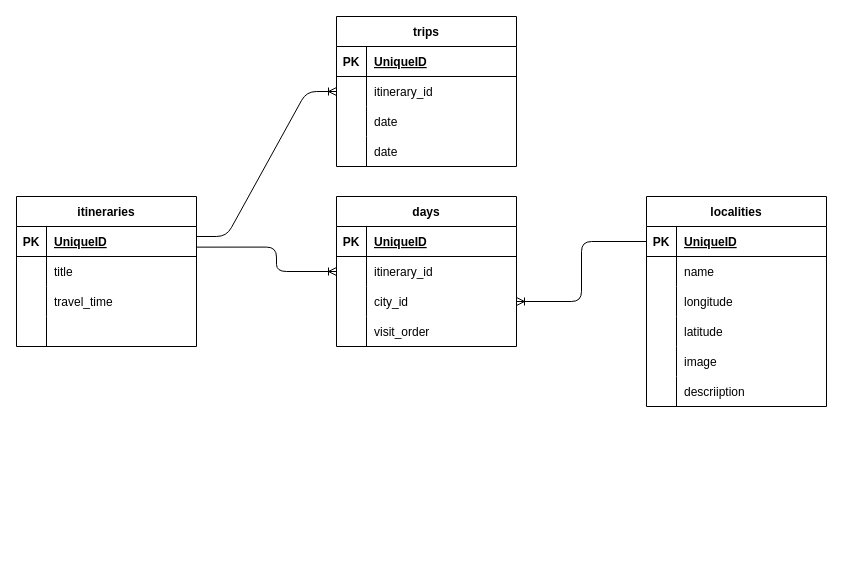
The draw.io diagram trip.drawio in Federicaye/travel-app, before the edit. Source tidied: cells renumbered, new cells numbered last; positions are measured from the earlier drawing's top-left corner, leaving out a move shared by most shapes. Both pictures are drawn from the tidied source at 100%, with x=0, y=0 at pixel (16, 16).
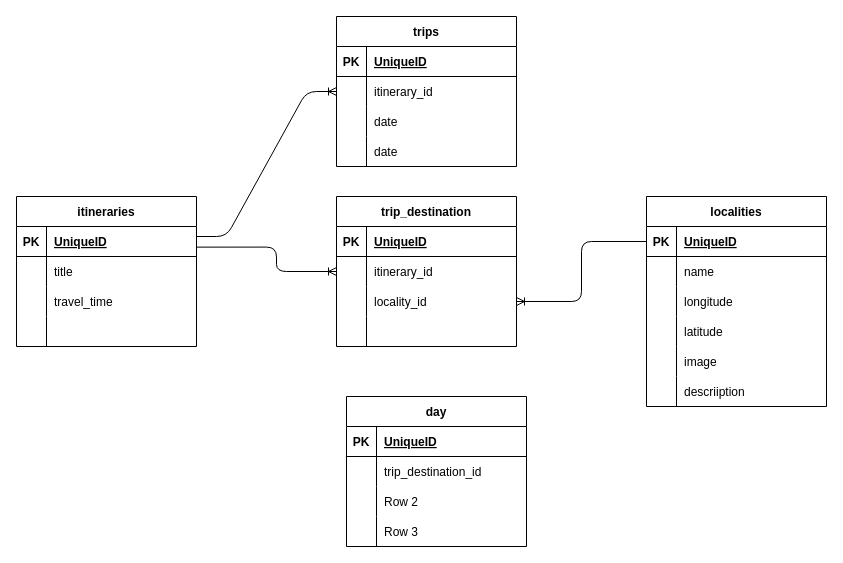
After the change.

Commit message (it also covers changes not shown here):
controller locality

Unchanged cells that the change refers to:
```xml
<mxCell id="41" style="shape=tableRow;horizontal=0;startSize=0;swimlaneHead=0;swimlaneBody=0;fillColor=none;points=[[0,0.5],[1,0.5]];portConstraint=eastwest;top=0;left=0;right=0;bottom=0;" parent="34" vertex="1">
  <mxGeometry y="90" width="180" height="30" as="geometry" />
</mxCell>
<mxCell id="44" style="shape=tableRow;horizontal=0;startSize=0;swimlaneHead=0;swimlaneBody=0;fillColor=none;top=0;left=0;right=0;bottom=0;" parent="34" vertex="1">
  <mxGeometry y="120" width="180" height="30" as="geometry" />
</mxCell>
```

Diff of the diagram source:
```diff
@@
-    <mxCell id="34" value="days" style="shape=table;startSize=30;childLayout=tableLayout;rowLines=0;fontStyle=1;align=center;" parent="1" vertex="1">
+    <mxCell id="34" value="trip_destination" style="shape=table;startSize=30;childLayout=tableLayout;rowLines=0;fontStyle=1;align=center;" parent="1" vertex="1">
       <mxGeometry x="320" y="180" width="180" height="150" as="geometry" />
     </mxCell>
@@
-    <mxCell id="43" value="city_id" style="shape=partialRectangle;fillColor=none;top=0;left=0;bottom=0;right=0;align=left;spacingLeft=6;overflow=hidden;" parent="41" vertex="1">
+    <mxCell id="43" value="locality_id" style="shape=partialRectangle;fillColor=none;top=0;left=0;bottom=0;right=0;align=left;spacingLeft=6;overflow=hidden;" parent="41" vertex="1">
       <mxGeometry x="30" width="150" height="30" as="geometry" />
     </mxCell>
@@
-    <mxCell id="46" value="visit_order" style="shape=partialRectangle;fillColor=none;top=0;left=0;bottom=0;right=0;align=left;spacingLeft=6;overflow=hidden;" parent="44" vertex="1">
+    <mxCell id="46" style="shape=partialRectangle;fillColor=none;top=0;left=0;bottom=0;right=0;align=left;spacingLeft=6;overflow=hidden;" parent="44" vertex="1">
       <mxGeometry x="30" width="150" height="30" as="geometry" />
     </mxCell>
@@
+    <mxCell id="63" value="day" style="shape=table;startSize=30;childLayout=tableLayout;rowLines=0;fontStyle=1;align=center;" parent="1" vertex="1">
+      <mxGeometry x="330" y="380" width="180" height="150" as="geometry" />
+    </mxCell>
+    <mxCell id="64" style="shape=tableRow;horizontal=0;startSize=0;swimlaneHead=0;swimlaneBody=0;fillColor=none;top=0;left=0;right=0;bottom=1;" parent="63" vertex="1">
+      <mxGeometry y="30" width="180" height="30" as="geometry" />
+    </mxCell>
+    <mxCell id="65" value="PK" style="shape=partialRectangle;fillColor=none;top=0;left=0;bottom=0;right=0;fontStyle=1;overflow=hidden;" parent="64" vertex="1">
+      <mxGeometry width="30" height="30" as="geometry" />
+    </mxCell>
+    <mxCell id="66" value="UniqueID" style="shape=partialRectangle;fillColor=none;top=0;left=0;bottom=0;right=0;align=left;spacingLeft=6;fontStyle=5;overflow=hidden;" parent="64" vertex="1">
+      <mxGeometry x="30" width="150" height="30" as="geometry" />
+    </mxCell>
+    <mxCell id="67" style="shape=tableRow;horizontal=0;startSize=0;swimlaneHead=0;swimlaneBody=0;fillColor=none;top=0;left=0;right=0;bottom=0;" parent="63" vertex="1">
+      <mxGeometry y="60" width="180" height="30" as="geometry" />
+    </mxCell>
+    <mxCell id="68" style="shape=partialRectangle;fillColor=none;top=0;left=0;bottom=0;right=0;overflow=hidden;" parent="67" vertex="1">
+      <mxGeometry width="30" height="30" as="geometry" />
+    </mxCell>
+    <mxCell id="69" value="trip_destination_id" style="shape=partialRectangle;fillColor=none;top=0;left=0;bottom=0;right=0;align=left;spacingLeft=6;overflow=hidden;" parent="67" vertex="1">
+      <mxGeometry x="30" width="150" height="30" as="geometry" />
+    </mxCell>
+    <mxCell id="70" style="shape=tableRow;horizontal=0;startSize=0;swimlaneHead=0;swimlaneBody=0;fillColor=none;top=0;left=0;right=0;bottom=0;" parent="63" vertex="1">
+      <mxGeometry y="90" width="180" height="30" as="geometry" />
+    </mxCell>
+    <mxCell id="71" style="shape=partialRectangle;fillColor=none;top=0;left=0;bottom=0;right=0;overflow=hidden;" parent="70" vertex="1">
+      <mxGeometry width="30" height="30" as="geometry" />
+    </mxCell>
+    <mxCell id="72" value="Row 2" style="shape=partialRectangle;fillColor=none;top=0;left=0;bottom=0;right=0;align=left;spacingLeft=6;overflow=hidden;" parent="70" vertex="1">
+      <mxGeometry x="30" width="150" height="30" as="geometry" />
+    </mxCell>
+    <mxCell id="73" style="shape=tableRow;horizontal=0;startSize=0;swimlaneHead=0;swimlaneBody=0;fillColor=none;top=0;left=0;right=0;bottom=0;" parent="63" vertex="1">
+      <mxGeometry y="120" width="180" height="30" as="geometry" />
+    </mxCell>
+    <mxCell id="74" style="shape=partialRectangle;fillColor=none;top=0;left=0;bottom=0;right=0;overflow=hidden;" parent="73" vertex="1">
+      <mxGeometry width="30" height="30" as="geometry" />
+    </mxCell>
+    <mxCell id="75" value="Row 3" style="shape=partialRectangle;fillColor=none;top=0;left=0;bottom=0;right=0;align=left;spacingLeft=6;overflow=hidden;" parent="73" vertex="1">
+      <mxGeometry x="30" width="150" height="30" as="geometry" />
+    </mxCell>
```
